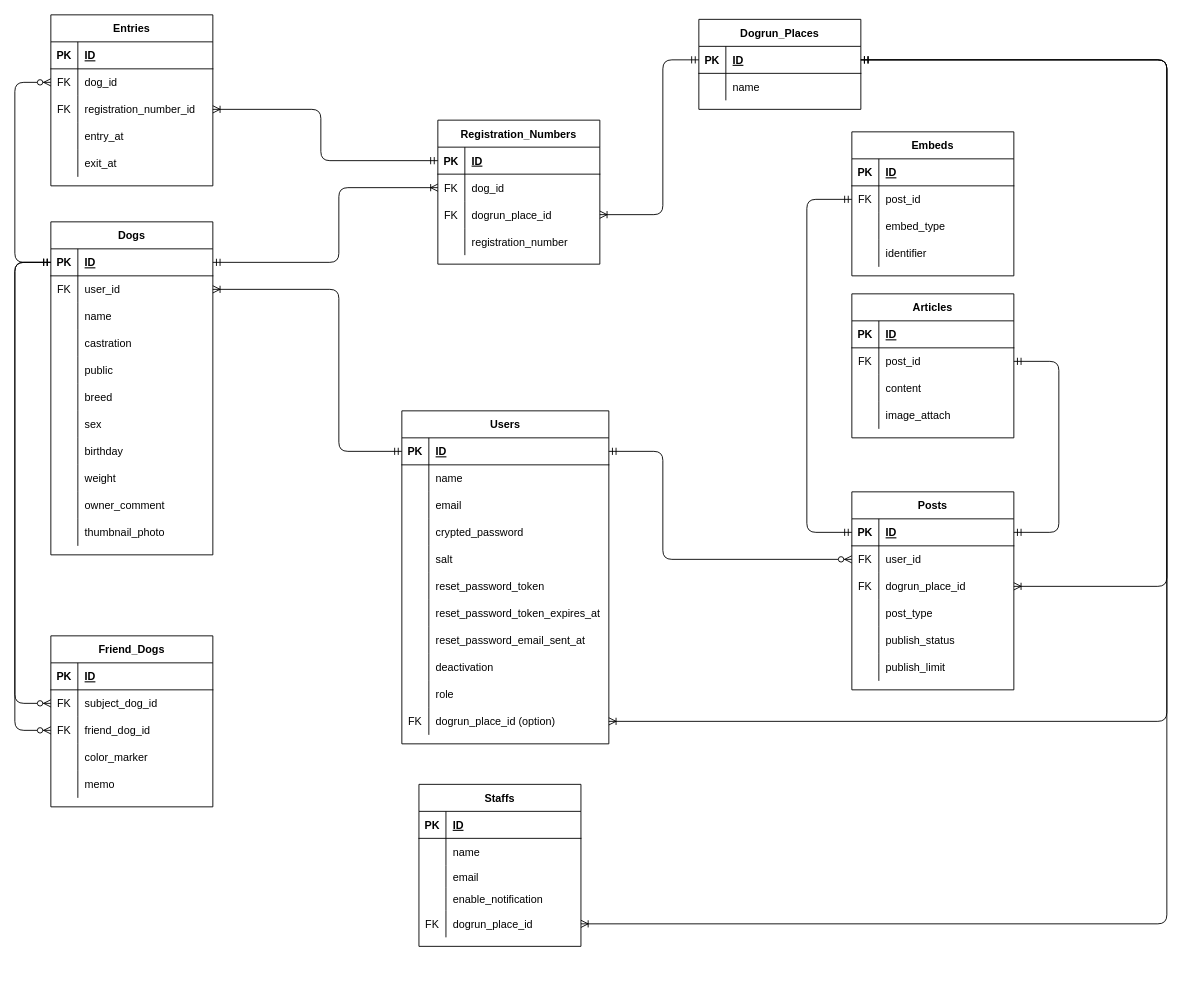
The draw.io diagram ER_diagram.drawio in Kedaruma-Bond/dogrun_connect_app, before the edit. Source tidied: cells renumbered, new cells numbered last; positions are measured from the earlier drawing's top-left corner, leaving out a move shared by most shapes. Both pictures are drawn from the tidied source at 90%, with x=0, y=0 at pixel (14, 14).
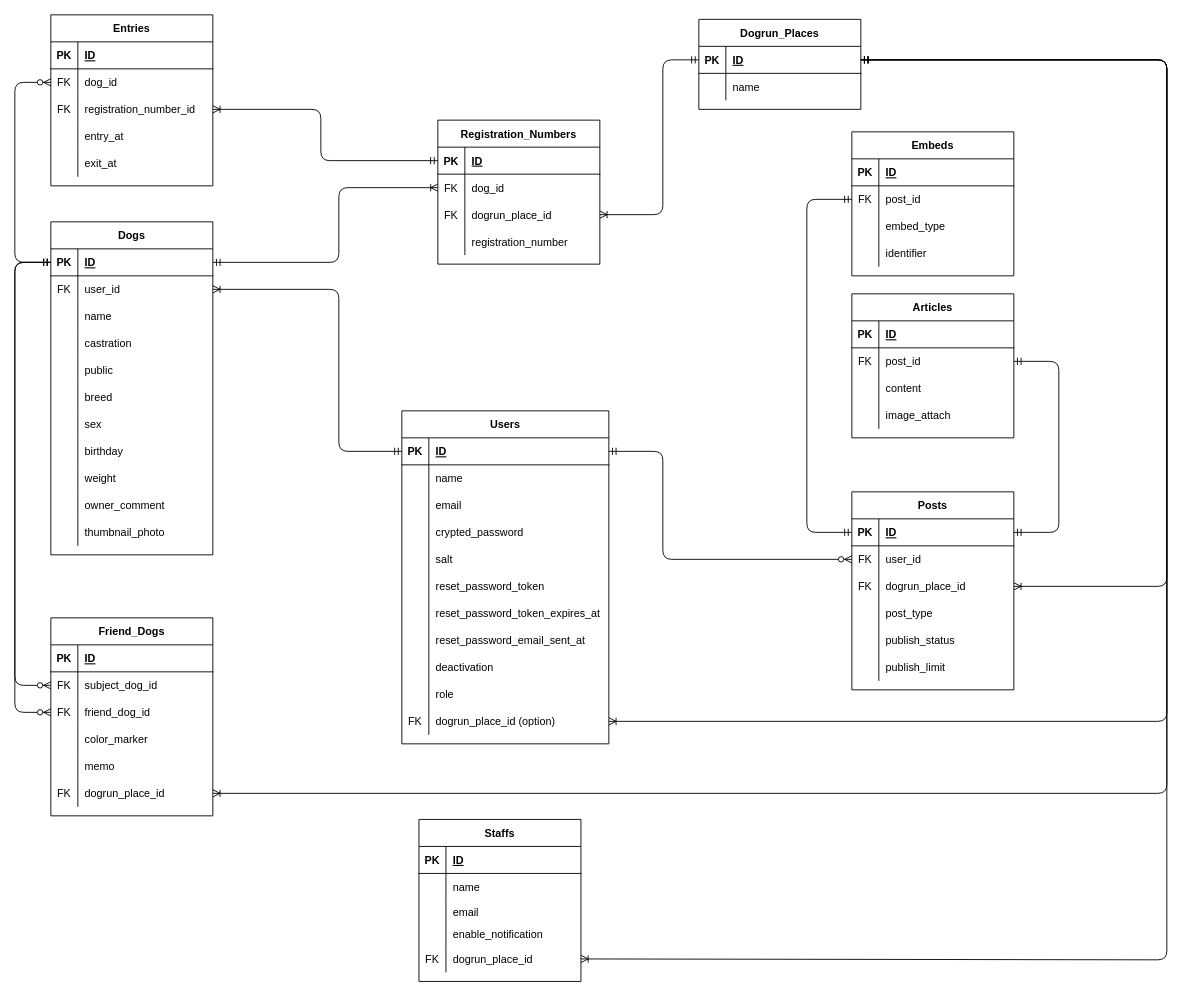
Above is the later version.

Unchanged cells that the change refers to:
```xml
<mxCell id="65" style="shape=partialRectangle;fillColor=none;top=0;left=0;bottom=0;right=0;points=[[0,0.5],[1,0.5]];portConstraint=eastwest;" parent="52" vertex="1">
  <mxGeometry y="140" width="180" height="30" as="geometry" />
</mxCell>
<mxCell id="69" style="shape=partialRectangle;fillColor=none;top=0;left=0;bottom=1;right=0;points=[[0,0.5],[1,0.5]];portConstraint=eastwest;" parent="68" vertex="1">
  <mxGeometry y="30" width="180" height="30" as="geometry" />
</mxCell>
<mxCell id="128" style="shape=partialRectangle;fillColor=none;top=0;left=0;bottom=0;right=0;points=[[0,0.5],[1,0.5]];portConstraint=eastwest;" parent="124" vertex="1">
  <mxGeometry y="60" width="180" height="30" as="geometry" />
</mxCell>
<mxCell id="131" style="shape=partialRectangle;fillColor=none;top=0;left=0;bottom=0;right=0;points=[[0,0.5],[1,0.5]];portConstraint=eastwest;" parent="124" vertex="1">
  <mxGeometry y="90" width="180" height="30" as="geometry" />
</mxCell>
<mxCell id="158" style="shape=tableRow;horizontal=0;startSize=0;swimlaneHead=0;swimlaneBody=0;fillColor=none;points=[[0,0.5],[1,0.5]];portConstraint=eastwest;top=0;left=0;right=0;bottom=1;" parent="157" vertex="1">
  <mxGeometry y="30" width="180" height="30" as="geometry" />
</mxCell>
```

The edit, as a diff of the source:
```diff
@@
     <mxCell id="52" value="Staffs" style="shape=table;startSize=30;childLayout=tableLayout;rowLines=0;fontStyle=1;align=center;" parent="1" vertex="1">
-      <mxGeometry x="449" y="855" width="180" height="180" as="geometry" />
+      <mxGeometry x="449" y="894" width="180" height="180" as="geometry" />
     </mxCell>
@@
     <mxCell id="124" value="Friend_Dogs" style="shape=table;startSize=30;childLayout=tableLayout;rowLines=0;fontStyle=1;align=center;" parent="1" vertex="1">
-      <mxGeometry x="40" y="690" width="180" height="190" as="geometry" />
+      <mxGeometry x="40" y="670" width="180" height="220" as="geometry" />
     </mxCell>
@@
+    <mxCell id="196" style="shape=partialRectangle;fillColor=none;top=0;left=0;bottom=0;right=0;points=[[0,0.5],[1,0.5]];portConstraint=eastwest;" parent="124" vertex="1">
+      <mxGeometry y="180" width="180" height="30" as="geometry" />
+    </mxCell>
+    <mxCell id="197" value="FK" style="shape=partialRectangle;fillColor=none;top=0;left=0;bottom=0;right=0;overflow=hidden;" parent="196" vertex="1">
+      <mxGeometry width="30" height="30" as="geometry" />
+    </mxCell>
+    <mxCell id="198" value="dogrun_place_id" style="shape=partialRectangle;fillColor=none;top=0;left=0;bottom=0;right=0;align=left;spacingLeft=6;overflow=hidden;" parent="196" vertex="1">
+      <mxGeometry x="30" width="150" height="30" as="geometry" />
+    </mxCell>
     <mxCell id="140" style="edgeStyle=orthogonalEdgeStyle;fontSize=12;html=1;endArrow=ERzeroToMany;startArrow=ERmandOne;exitX=0;exitY=0.5;exitDx=0;exitDy=0;entryX=0;entryY=0.5;entryDx=0;entryDy=0;" parent="1" edge="1" source="69" target="128">
       <mxGeometry relative="1" as="geometry">
         <Array as="points">
           <mxPoint y="275" />
-          <mxPoint y="765" />
+          <mxPoint y="745" />
         </Array>
       </mxGeometry>
     </mxCell>
     <mxCell id="141" style="edgeStyle=orthogonalEdgeStyle;fontSize=12;html=1;endArrow=ERzeroToMany;startArrow=ERmandOne;entryX=0;entryY=0.5;entryDx=0;entryDy=0;exitX=0;exitY=0.5;exitDx=0;exitDy=0;" parent="1" edge="1" source="69" target="131">
       <mxGeometry relative="1" as="geometry">
         <Array as="points">
           <mxPoint y="275" />
-          <mxPoint y="795" />
+          <mxPoint y="775" />
         </Array>
       </mxGeometry>
     </mxCell>
@@
     <mxCell id="167" style="edgeStyle=orthogonalEdgeStyle;fontSize=12;html=1;endArrow=ERoneToMany;startArrow=ERmandOne;exitX=1;exitY=0.5;exitDx=0;exitDy=0;entryX=1;entryY=0.5;entryDx=0;entryDy=0;" parent="1" edge="1" source="158" target="65">
       <mxGeometry relative="1" as="geometry">
         <Array as="points">
           <mxPoint x="1280" y="50" />
-          <mxPoint x="1280" y="1010" />
+          <mxPoint x="1280" y="1050" />
         </Array>
       </mxGeometry>
     </mxCell>
@@
+    <mxCell id="199" style="edgeStyle=orthogonalEdgeStyle;fontSize=12;html=1;endArrow=ERoneToMany;startArrow=ERmandOne;exitX=1;exitY=0.5;exitDx=0;exitDy=0;entryX=1;entryY=0.5;entryDx=0;entryDy=0;" parent="1" edge="1" source="158" target="196">
+      <mxGeometry relative="1" as="geometry">
+        <Array as="points">
+          <mxPoint x="1280" y="50" />
+          <mxPoint x="1280" y="865" />
+        </Array>
+      </mxGeometry>
+    </mxCell>
```
